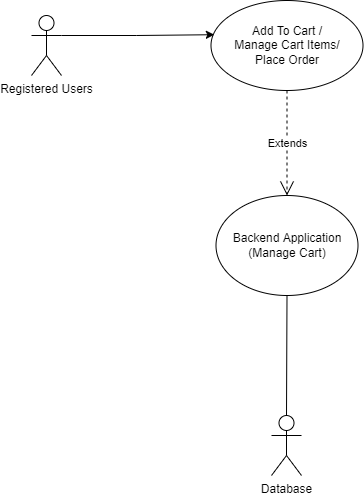
Earlier version of the draw.io export Use case diagram/cart.png (mohitleo03/Software-Engineering-Project-Management). Source tidied: cells renumbered, new cells last; positions are measured from the earlier drawing's top-left corner, leaving out a move shared by most shapes.
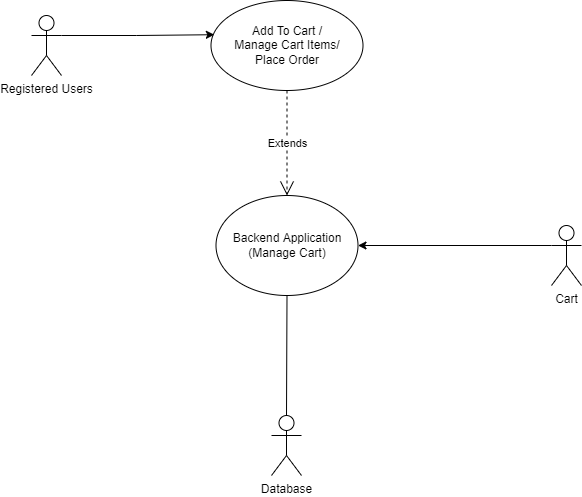
After the commit.

The edit, as a diff of the source:
```diff
@@ -23,5 +23,11 @@
     <mxCell id="8" style="endArrow=none;html=1;rounded=0;exitX=0.5;exitY=0;exitDx=0;exitDy=0;exitPerimeter=0;entryX=0.5;entryY=1;entryDx=0;entryDy=0;" parent="1" edge="1" source="6" target="3">
       <mxGeometry relative="1" as="geometry" />
     </mxCell>
+    <mxCell id="9" value="Cart" style="shape=umlActor;verticalLabelPosition=bottom;verticalAlign=top;html=1;outlineConnect=0;" parent="1" vertex="1">
+      <mxGeometry x="520" y="225" width="30" height="60" as="geometry" />
+    </mxCell>
+    <mxCell id="10" style="endArrow=classic;html=1;rounded=0;entryX=1;entryY=0.5;entryDx=0;entryDy=0;exitX=0;exitY=0.3333333333333333;exitDx=0;exitDy=0;exitPerimeter=0;" parent="1" edge="1" source="9" target="3">
+      <mxGeometry relative="1" as="geometry" />
+    </mxCell>
   </root>
 </mxGraphModel>
```
